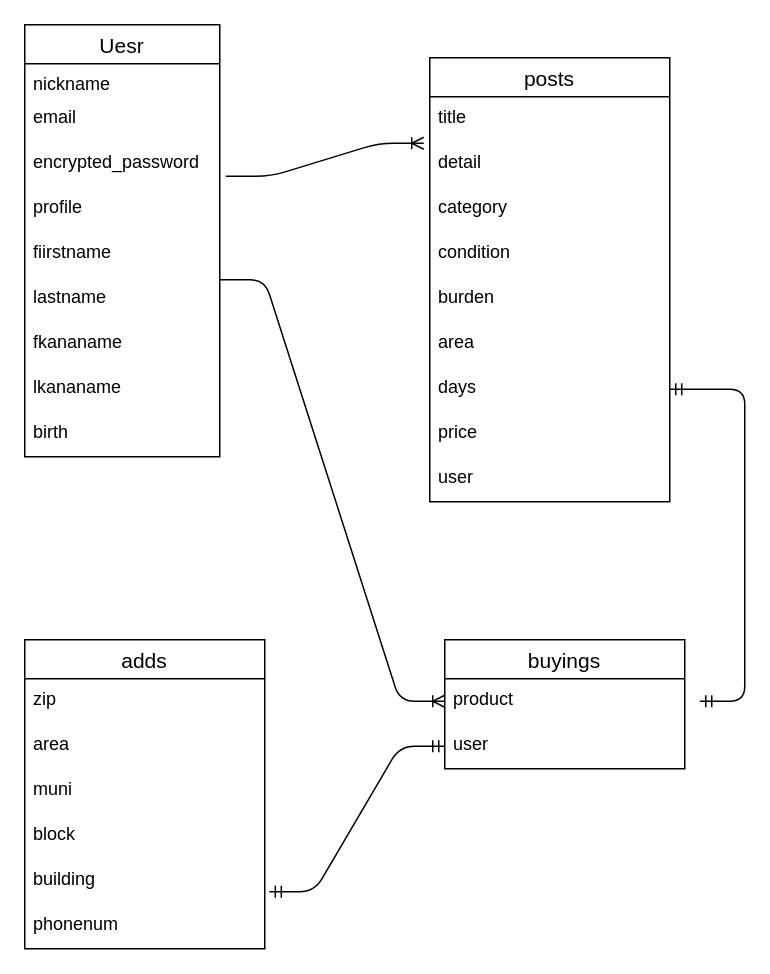
Earlier version of the draw.io diagram ER.dio (Kohei1204/furima-34284). Source tidied: cells renumbered, new cells numbered last; positions are measured from the earlier drawing's top-left corner, leaving out a move shared by most shapes. Both pictures are drawn from the tidied source at 150%, with x=0, y=0 at pixel (24, 24).
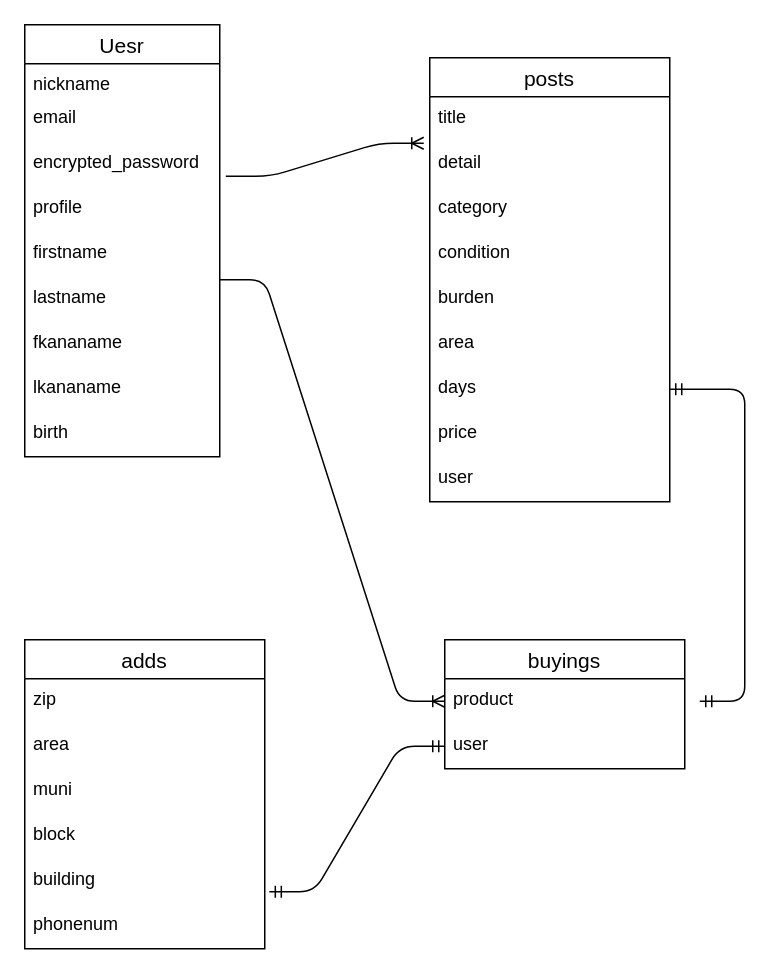
The same diagram, later.

Commit message:
カラム設定の編集

The change refers to these unchanged cells:
```xml
<mxCell id="2" value="Uesr" style="swimlane;fontStyle=0;horizontal=1;startSize=26;align=center;fontSize=14;" parent="1" vertex="1">
  <mxGeometry width="130" height="288" as="geometry" />
</mxCell>
```

Change to the diagram source:
```diff
@@
-    <mxCell id="7" value="fiirstname" style="text;strokeColor=none;fillColor=none;spacingLeft=4;spacingRight=4;overflow=hidden;fontSize=12;align=left;verticalAlign=top;" parent="2" vertex="1">
+    <mxCell id="7" value="firstname" style="text;strokeColor=none;fillColor=none;spacingLeft=4;spacingRight=4;overflow=hidden;fontSize=12;align=left;verticalAlign=top;" parent="2" vertex="1">
       <mxGeometry y="138" width="130" height="30" as="geometry" />
     </mxCell>
```
